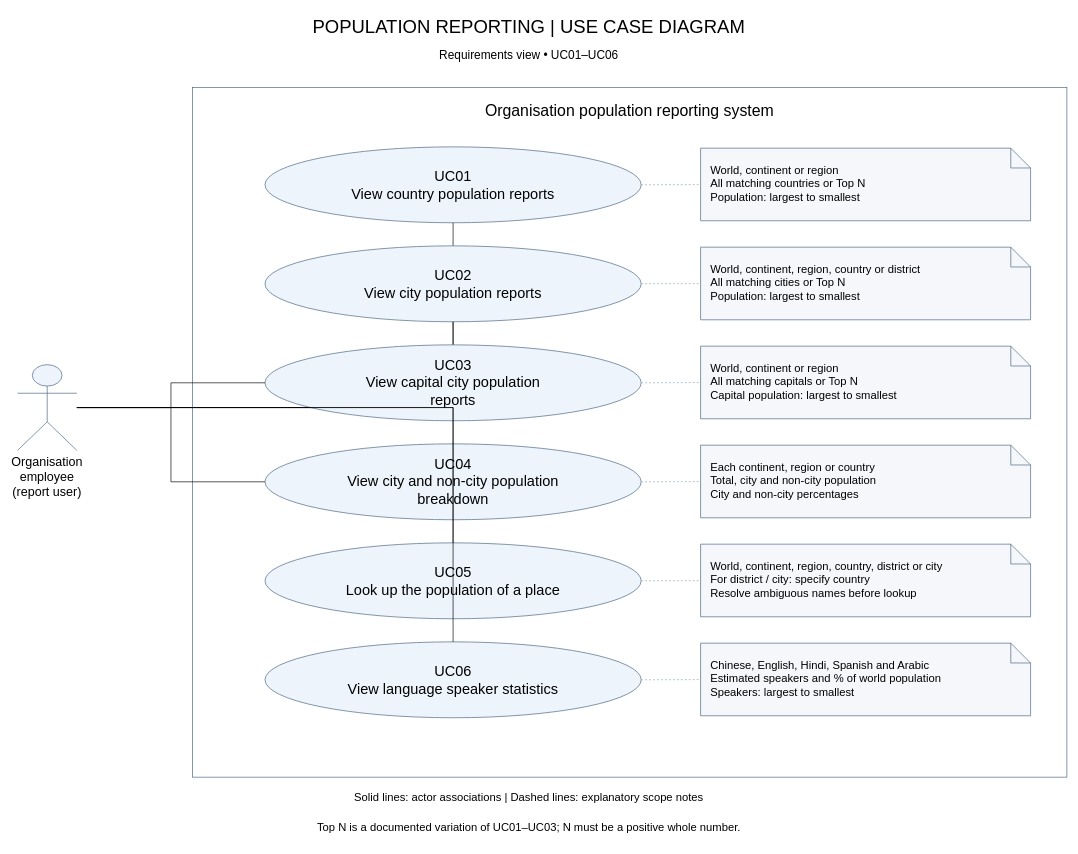
The draw.io diagram docs/diagrams/use-case-diagram.drawio in Lancelcode/set08103-group4-coursework, before the edit. Source tidied: cells renumbered, new cells numbered last; positions are measured from the earlier drawing's top-left corner, leaving out a move shared by most shapes. Both pictures are drawn from the tidied source at 66%, with x=0, y=0 at pixel (17, 11).
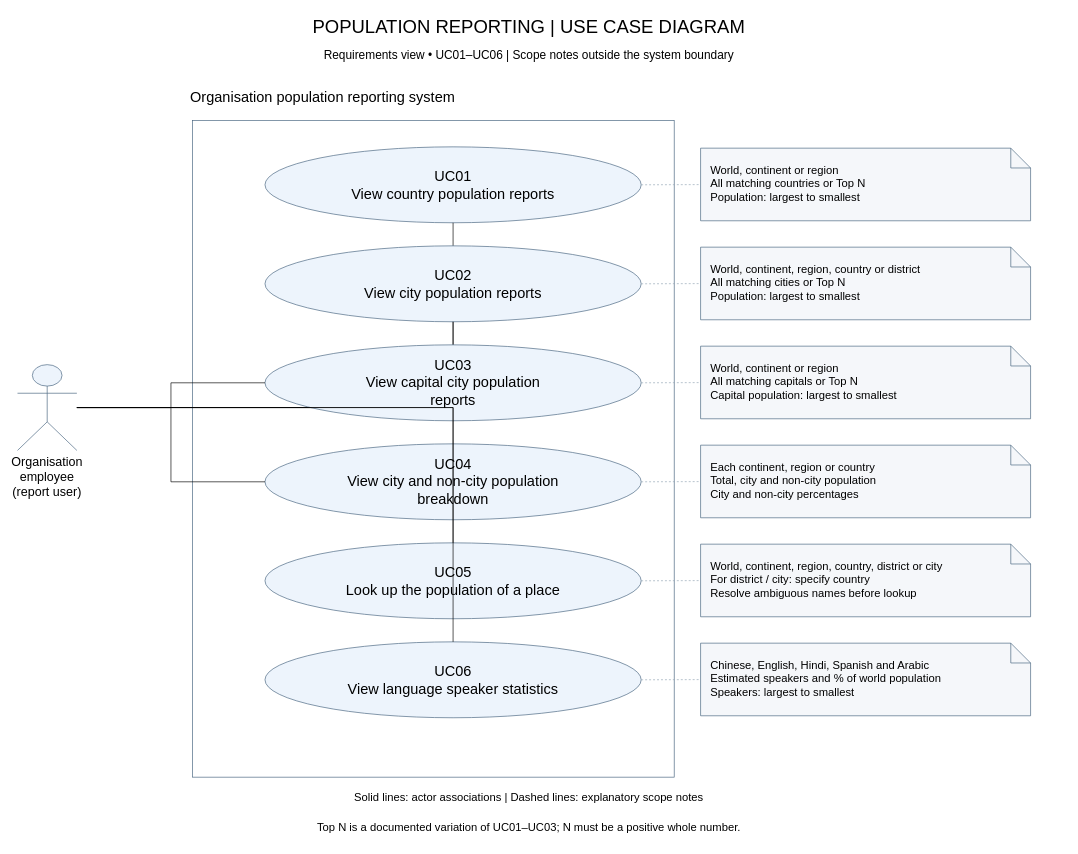
The same diagram, later.

Commit message (it also covers changes not shown here):
Move use case notes outside system boundary (#104)

Change to the diagram source:
```diff
@@
-    <mxCell id="2" value="Organisation population reporting system" style="rounded=0;whiteSpace=wrap;html=0;verticalAlign=top;spacingTop=15;fontSize=24;fillColor=none;strokeColor=#45627e;" parent="1" vertex="1">
-      <mxGeometry x="265" y="115" width="1325" height="1045" as="geometry" />
+    <mxCell id="2" style="rounded=0;whiteSpace=wrap;html=0;verticalAlign=top;spacingTop=15;fontSize=24;fillColor=none;strokeColor=#45627e;" parent="1" vertex="1">
+      <mxGeometry x="265" y="165" width="730" height="995" as="geometry" />
     </mxCell>
@@
-    <mxCell id="29" value="Requirements view • UC01–UC06" style="text;html=0;whiteSpace=wrap;align=center;fontSize=18;strokeColor=none;fillColor=none;" parent="1" vertex="1">
+    <mxCell id="29" value="Requirements view • UC01–UC06 | Scope notes outside the system boundary" style="text;html=0;whiteSpace=wrap;align=center;fontSize=18;strokeColor=none;fillColor=none;" parent="1" vertex="1">
       <mxGeometry x="195" y="50" width="1160" height="40" as="geometry" />
     </mxCell>
@@
+    <mxCell id="32" value="Organisation population reporting system" style="text;html=0;whiteSpace=wrap;fontSize=22;strokeColor=none;fillColor=none;" parent="1" vertex="1">
+      <mxGeometry x="260" y="110" width="740" height="45" as="geometry" />
+    </mxCell>
```
